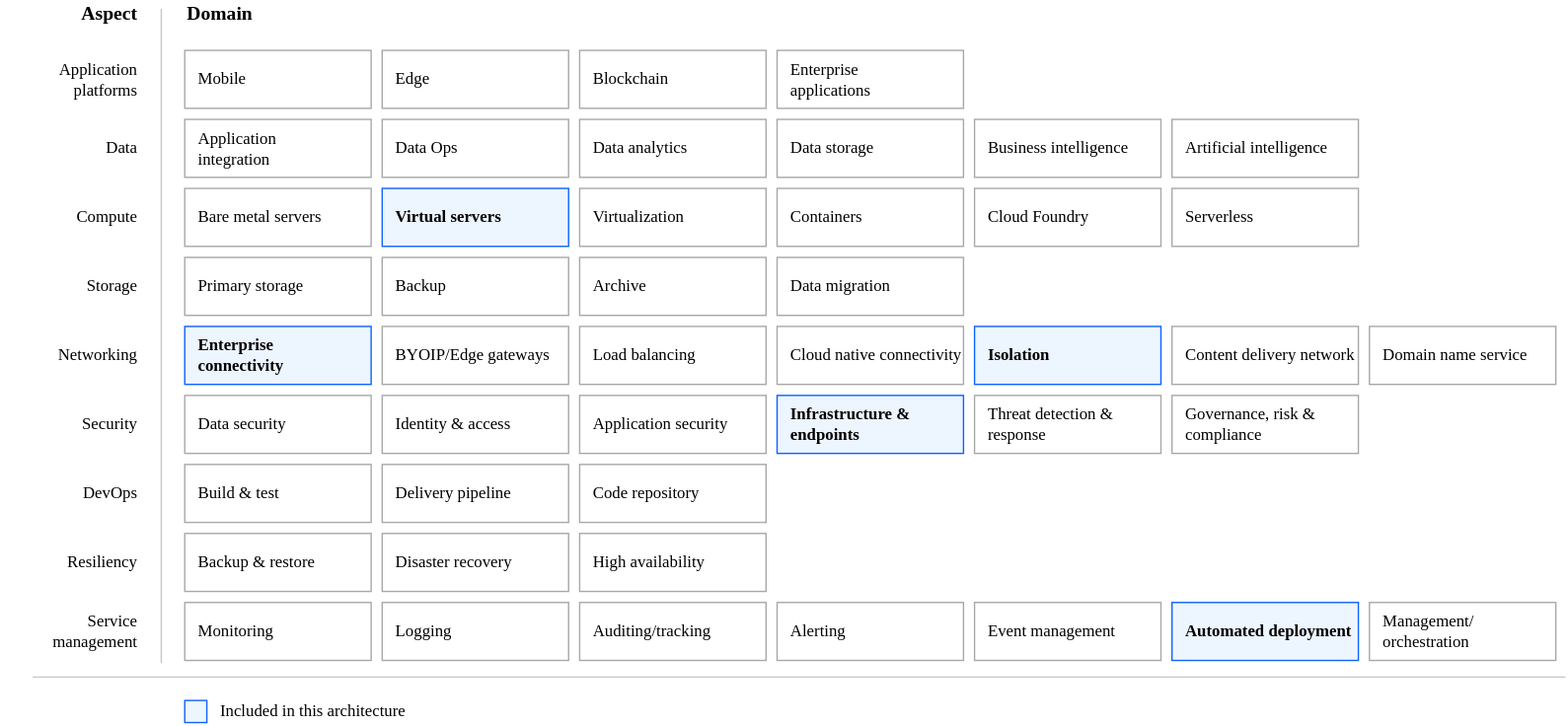
Above: reference-architectures/heat-map-deploy-arch-slz-ocp.svg in terraform-ibm-modules/terraform-ibm-landing-zone (draw.io), before the change. Source tidied: cells renumbered, new cells last; positions are measured from the earlier drawing's top-left corner, leaving out a move shared by most shapes.
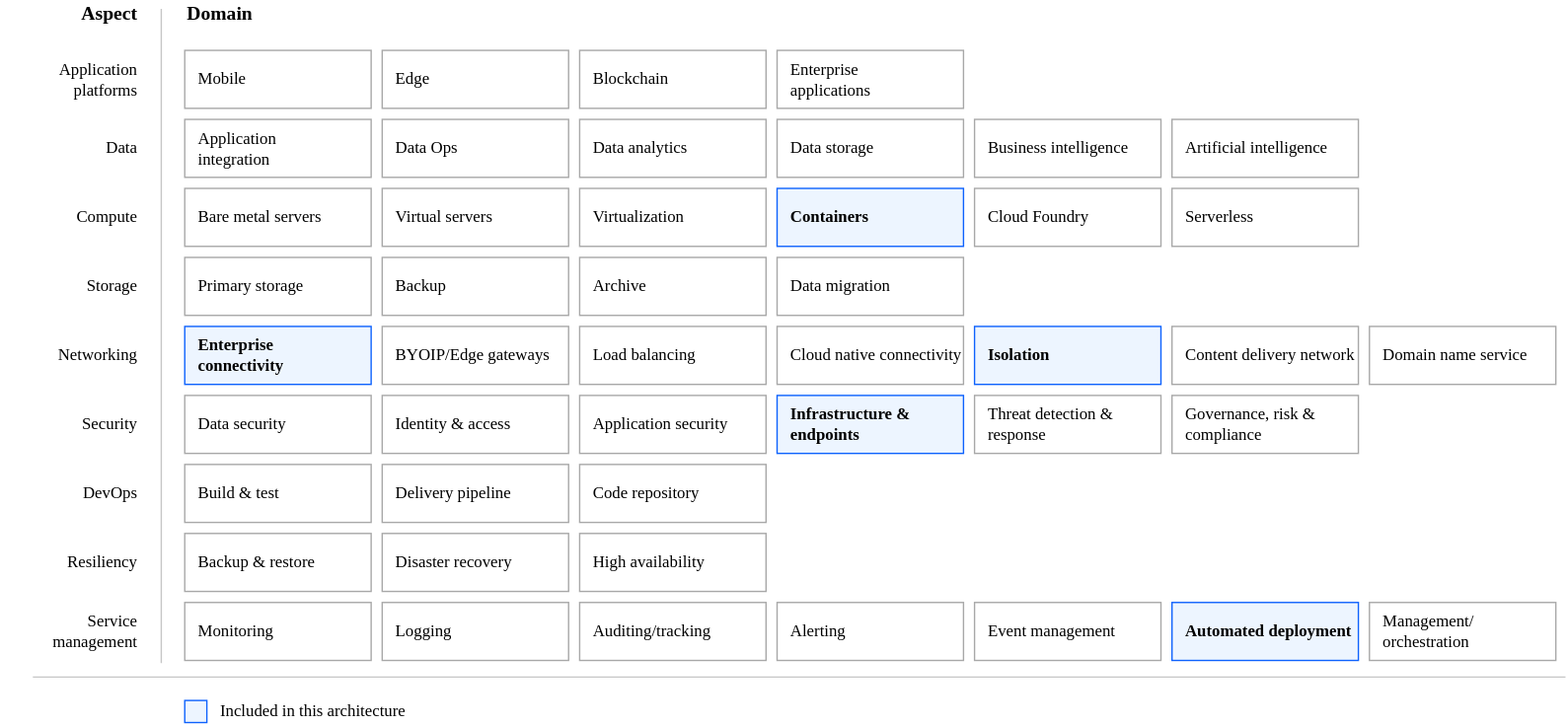
After the change.

Commit message:
docs: update after first review

What changed in the source:
```diff
@@ -50,13 +50,13 @@
     <mxCell id="17" value="Business intelligence" style="rounded=0;whiteSpace=wrap;html=1;strokeColor=#A8A8A8;align=left;spacingLeft=8;fontFamily=IBM Plex Sans;fillColor=default;fontStyle=0;" parent="1" vertex="1">
       <mxGeometry x="705" y="86" width="135" height="42" as="geometry" />
     </mxCell>
-    <mxCell id="18" value="Virtual servers" style="rounded=0;whiteSpace=wrap;html=1;strokeColor=#0E62FD;align=left;spacingLeft=8;fontFamily=IBM Plex Sans;fillColor=#EDF5FF;fontStyle=1;" parent="1" vertex="1">
+    <mxCell id="18" value="Virtual servers" style="rounded=0;whiteSpace=wrap;html=1;strokeColor=#A8A8A8;align=left;spacingLeft=8;fontFamily=IBM Plex Sans;fillColor=default;fontStyle=0;" parent="1" vertex="1">
       <mxGeometry x="276" y="136" width="135" height="42" as="geometry" />
     </mxCell>
     <mxCell id="19" value="Virtualization" style="rounded=0;whiteSpace=wrap;html=1;strokeColor=#A8A8A8;align=left;spacingLeft=8;fontFamily=IBM Plex Sans;fillColor=default;fontStyle=0;" parent="1" vertex="1">
       <mxGeometry x="419" y="136" width="135" height="42" as="geometry" />
     </mxCell>
-    <mxCell id="20" value="Containers" style="rounded=0;whiteSpace=wrap;html=1;strokeColor=#A8A8A8;align=left;spacingLeft=8;fontFamily=IBM Plex Sans;fillColor=default;fontStyle=0;" parent="1" vertex="1">
+    <mxCell id="20" value="Containers" style="rounded=0;whiteSpace=wrap;html=1;strokeColor=#0E62FD;align=left;spacingLeft=8;fontFamily=IBM Plex Sans;fillColor=#EDF5FF;fontStyle=1;" parent="1" vertex="1">
       <mxGeometry x="562" y="136" width="135" height="42" as="geometry" />
     </mxCell>
     <mxCell id="21" value="Cloud Foundry" style="rounded=0;whiteSpace=wrap;html=1;strokeColor=#A8A8A8;align=left;spacingLeft=8;fontFamily=IBM Plex Sans;fillColor=default;fontStyle=0;" parent="1" vertex="1">
```
